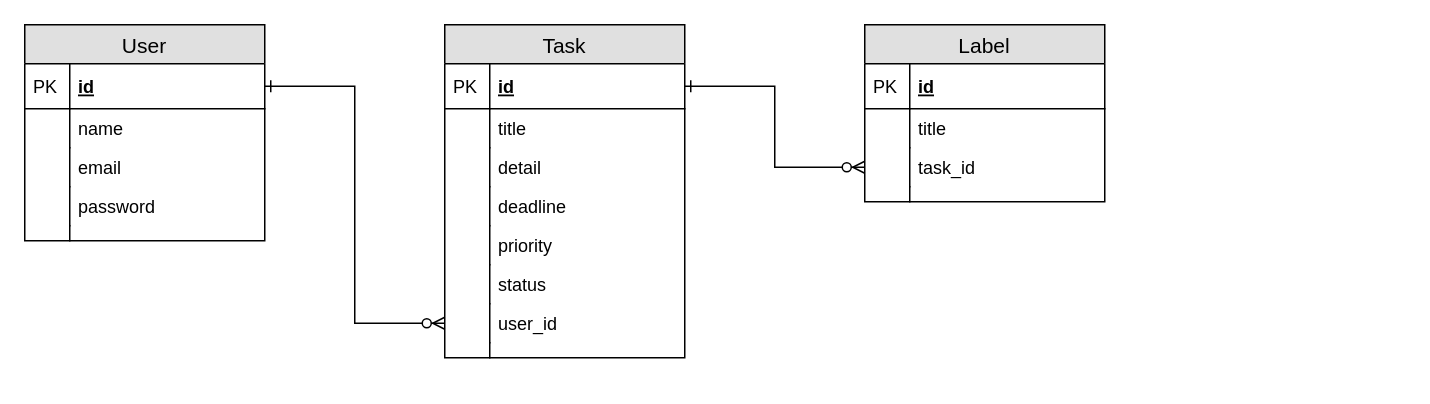
The draw.io diagram docs/taskmanager_ER.drawio in dr5se4aw3/manyou_task, before the edit. Source tidied: cells renumbered, new cells numbered last; positions are measured from the earlier drawing's top-left corner, leaving out a move shared by most shapes. Both pictures are drawn from the tidied source at 150%, with x=0, y=0 at pixel (24, 24).
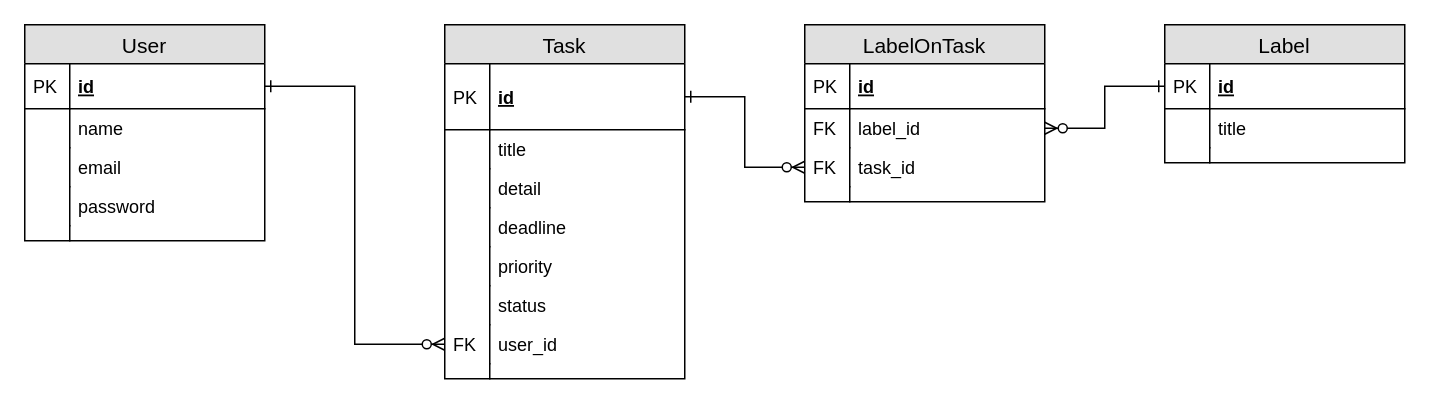
The same page after the edit.

Unchanged cells that the change refers to:
```xml
<mxCell id="31" value="id" style="shape=partialRectangle;top=0;left=0;right=0;bottom=1;align=left;verticalAlign=middle;fillColor=none;spacingLeft=34;spacingRight=4;overflow=hidden;points=[[0,0.5],[1,0.5]];portConstraint=eastwest;fontStyle=5;fontSize=12;" parent="30" vertex="1">
  <mxGeometry y="26" width="160" height="30" as="geometry" />
</mxCell>
```

The edit, as a diff of the source:
```diff
@@
     <mxCell id="13" value="Task" style="swimlane;fontStyle=0;horizontal=1;startSize=26;fillColor=#e0e0e0;swimlaneFillColor=#ffffff;align=center;fontSize=14;" parent="1" vertex="1">
-      <mxGeometry x="280" width="160" height="222" as="geometry" />
+      <mxGeometry x="280" width="160" height="236" as="geometry" />
     </mxCell>
     <mxCell id="14" value="id" style="shape=partialRectangle;top=0;left=0;right=0;bottom=1;align=left;verticalAlign=middle;fillColor=none;spacingLeft=34;spacingRight=4;overflow=hidden;points=[[0,0.5],[1,0.5]];portConstraint=eastwest;fontStyle=5;fontSize=12;" parent="13" vertex="1">
-      <mxGeometry y="26" width="160" height="30" as="geometry" />
+      <mxGeometry y="26" width="160" height="44" as="geometry" />
     </mxCell>
     <mxCell id="15" value="PK" style="shape=partialRectangle;top=0;left=0;bottom=0;fillColor=none;align=left;verticalAlign=middle;spacingLeft=4;spacingRight=4;overflow=hidden;fontSize=12;" parent="14" vertex="1">
-      <mxGeometry width="30" height="30" as="geometry" />
+      <mxGeometry width="30" height="44" as="geometry" />
     </mxCell>
     <mxCell id="16" value="title" style="shape=partialRectangle;top=0;left=0;right=0;bottom=0;align=left;verticalAlign=top;fillColor=none;spacingLeft=34;spacingRight=4;overflow=hidden;fontSize=12;" parent="13" vertex="1">
-      <mxGeometry y="56" width="160" height="26" as="geometry" />
+      <mxGeometry y="70" width="160" height="26" as="geometry" />
     </mxCell>
@@
     <mxCell id="18" value="detail" style="shape=partialRectangle;top=0;left=0;right=0;bottom=0;align=left;verticalAlign=top;fillColor=none;spacingLeft=34;spacingRight=4;overflow=hidden;fontSize=12;" parent="13" vertex="1">
-      <mxGeometry y="82" width="160" height="26" as="geometry" />
+      <mxGeometry y="96" width="160" height="26" as="geometry" />
     </mxCell>
@@
     <mxCell id="20" value="deadline" style="shape=partialRectangle;top=0;left=0;right=0;bottom=0;align=left;verticalAlign=top;fillColor=none;spacingLeft=34;spacingRight=4;overflow=hidden;fontSize=12;" parent="13" vertex="1">
-      <mxGeometry y="108" width="160" height="26" as="geometry" />
+      <mxGeometry y="122" width="160" height="26" as="geometry" />
     </mxCell>
@@
     <mxCell id="22" value="priority" style="shape=partialRectangle;top=0;left=0;right=0;bottom=0;align=left;verticalAlign=top;fillColor=none;spacingLeft=34;spacingRight=4;overflow=hidden;fontSize=12;" parent="13" vertex="1">
-      <mxGeometry y="134" width="160" height="26" as="geometry" />
+      <mxGeometry y="148" width="160" height="26" as="geometry" />
     </mxCell>
@@
     <mxCell id="24" value="status" style="shape=partialRectangle;top=0;left=0;right=0;bottom=0;align=left;verticalAlign=top;fillColor=none;spacingLeft=34;spacingRight=4;overflow=hidden;fontSize=12;" parent="13" vertex="1">
-      <mxGeometry y="160" width="160" height="26" as="geometry" />
+      <mxGeometry y="174" width="160" height="26" as="geometry" />
     </mxCell>
@@
     <mxCell id="26" value="user_id" style="shape=partialRectangle;top=0;left=0;right=0;bottom=0;align=left;verticalAlign=top;fillColor=none;spacingLeft=34;spacingRight=4;overflow=hidden;points=[[0,0.5],[1,0.5]];portConstraint=eastwest;fontSize=12;" parent="13" vertex="1">
-      <mxGeometry y="186" width="160" height="26" as="geometry" />
+      <mxGeometry y="200" width="160" height="26" as="geometry" />
     </mxCell>
-    <mxCell id="27" style="shape=partialRectangle;top=0;left=0;bottom=0;fillColor=none;align=left;verticalAlign=top;spacingLeft=4;spacingRight=4;overflow=hidden;fontSize=12;" parent="26" vertex="1">
+    <mxCell id="27" value="FK" style="shape=partialRectangle;top=0;left=0;bottom=0;fillColor=none;align=left;verticalAlign=top;spacingLeft=4;spacingRight=4;overflow=hidden;fontSize=12;" parent="26" vertex="1">
       <mxGeometry width="30" height="26" as="geometry" />
     </mxCell>
     <mxCell id="28" style="shape=partialRectangle;top=0;left=0;right=0;bottom=0;align=left;verticalAlign=top;fillColor=none;spacingLeft=34;spacingRight=4;overflow=hidden;fontSize=12;" parent="13" vertex="1">
-      <mxGeometry y="212" width="160" height="10" as="geometry" />
+      <mxGeometry y="226" width="160" height="10" as="geometry" />
     </mxCell>
@@
     <mxCell id="30" value="Label" style="swimlane;fontStyle=0;horizontal=1;startSize=26;fillColor=#e0e0e0;swimlaneFillColor=#ffffff;align=center;fontSize=14;" parent="1" vertex="1">
-      <mxGeometry x="560" width="160" height="118" as="geometry" />
+      <mxGeometry x="760" width="160" height="92" as="geometry" />
     </mxCell>
@@
-    <mxCell id="35" value="task_id" style="shape=partialRectangle;top=0;left=0;right=0;bottom=0;align=left;verticalAlign=top;fillColor=none;spacingLeft=34;spacingRight=4;overflow=hidden;points=[[0,0.5],[1,0.5]];portConstraint=eastwest;fontSize=12;" parent="30" vertex="1">
-      <mxGeometry y="82" width="160" height="26" as="geometry" />
-    </mxCell>
-    <mxCell id="36" style="shape=partialRectangle;top=0;left=0;bottom=0;fillColor=none;align=left;verticalAlign=top;spacingLeft=4;spacingRight=4;overflow=hidden;fontSize=12;" parent="35" vertex="1">
-      <mxGeometry width="30" height="26" as="geometry" />
-    </mxCell>
     <mxCell id="37" style="shape=partialRectangle;top=0;left=0;right=0;bottom=0;align=left;verticalAlign=top;fillColor=none;spacingLeft=34;spacingRight=4;overflow=hidden;fontSize=12;" parent="30" vertex="1">
-      <mxGeometry y="108" width="160" height="10" as="geometry" />
+      <mxGeometry y="82" width="160" height="10" as="geometry" />
     </mxCell>
@@
+    <mxCell id="41" value="LabelOnTask" style="swimlane;fontStyle=0;horizontal=1;startSize=26;fillColor=#e0e0e0;swimlaneFillColor=#ffffff;align=center;fontSize=14;" parent="1" vertex="1">
+      <mxGeometry x="520" width="160" height="118" as="geometry" />
+    </mxCell>
+    <mxCell id="42" value="id" style="shape=partialRectangle;top=0;left=0;right=0;bottom=1;align=left;verticalAlign=middle;fillColor=none;spacingLeft=34;spacingRight=4;overflow=hidden;fontStyle=5;fontSize=12;" parent="41" vertex="1">
+      <mxGeometry y="26" width="160" height="30" as="geometry" />
+    </mxCell>
+    <mxCell id="43" value="PK" style="shape=partialRectangle;top=0;left=0;bottom=0;fillColor=none;align=left;verticalAlign=middle;spacingLeft=4;spacingRight=4;overflow=hidden;fontSize=12;" parent="42" vertex="1">
+      <mxGeometry width="30" height="30" as="geometry" />
+    </mxCell>
+    <mxCell id="44" value="label_id" style="shape=partialRectangle;top=0;left=0;right=0;bottom=0;align=left;verticalAlign=top;fillColor=none;spacingLeft=34;spacingRight=4;overflow=hidden;points=[[0,0.5],[1,0.5]];portConstraint=eastwest;fontSize=12;" parent="41" vertex="1">
+      <mxGeometry y="56" width="160" height="26" as="geometry" />
+    </mxCell>
+    <mxCell id="45" value="FK" style="shape=partialRectangle;top=0;left=0;bottom=0;fillColor=none;align=left;verticalAlign=top;spacingLeft=4;spacingRight=4;overflow=hidden;fontSize=12;" parent="44" vertex="1">
+      <mxGeometry width="30" height="26" as="geometry" />
+    </mxCell>
+    <mxCell id="35" value="task_id" style="shape=partialRectangle;top=0;left=0;right=0;bottom=0;align=left;verticalAlign=top;fillColor=none;spacingLeft=34;spacingRight=4;overflow=hidden;points=[[0,0.5],[1,0.5]];portConstraint=eastwest;fontSize=12;" parent="41" vertex="1">
+      <mxGeometry y="82" width="160" height="26" as="geometry" />
+    </mxCell>
+    <mxCell id="46" value="FK" style="shape=partialRectangle;top=0;left=0;bottom=0;fillColor=none;align=left;verticalAlign=top;spacingLeft=4;spacingRight=4;overflow=hidden;fontSize=12;" parent="35" vertex="1">
+      <mxGeometry width="30" height="26" as="geometry" />
+    </mxCell>
+    <mxCell id="47" style="shape=partialRectangle;top=0;left=0;right=0;bottom=0;align=left;verticalAlign=top;fillColor=none;spacingLeft=34;spacingRight=4;overflow=hidden;fontSize=12;" parent="41" vertex="1">
+      <mxGeometry y="108" width="160" height="10" as="geometry" />
+    </mxCell>
+    <mxCell id="48" style="shape=partialRectangle;top=0;left=0;bottom=0;fillColor=none;align=left;verticalAlign=top;spacingLeft=4;spacingRight=4;overflow=hidden;fontSize=12;" parent="47" vertex="1">
+      <mxGeometry width="30" height="10" as="geometry" />
+    </mxCell>
@@
+    <mxCell id="49" style="edgeStyle=orthogonalEdgeStyle;rounded=0;jettySize=auto;html=1;entryX=1;entryY=0.5;entryDx=0;entryDy=0;startArrow=ERone;startFill=0;endArrow=ERzeroToMany;endFill=1;" parent="1" edge="1" source="31" target="44">
+      <mxGeometry relative="1" as="geometry" />
+    </mxCell>
```
